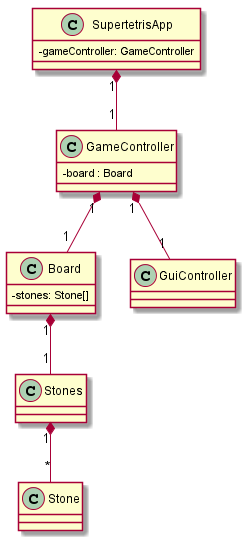
The PlantUML diagram doc/Klassendiagramm.png in ponchofiesta/supertetris, before a commit.
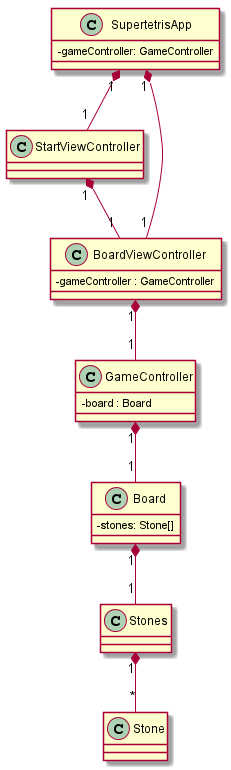
After the change.

Change to the diagram source:
```diff
@@ -2,9 +2,11 @@
 skinparam classAttributeIconSize 0
 
 
-SupertetrisApp "1" *-- "1" GameController
+SupertetrisApp "1" *-- "1" StartViewController
+SupertetrisApp "1" *-- "1" BoardViewController
+StartViewController "1" *-- "1" BoardViewController
+BoardViewController "1" *-- "1" GameController
 GameController "1" *-- "1" Board
-GameController "1" *-- "1" GuiController
 Board "1" *-- "1" Stones
 Stones "1" *-- "*" Stone
 
@@ -13,12 +15,16 @@
     -gameController: GameController
 }
 
+class StartViewController {
+
+}
+
+class BoardViewController {
+    -gameController : GameController
+}
+
 class GameController {
     -board : Board
-}
-
-class GuiController {
-
 }
 
 class Board {
```
